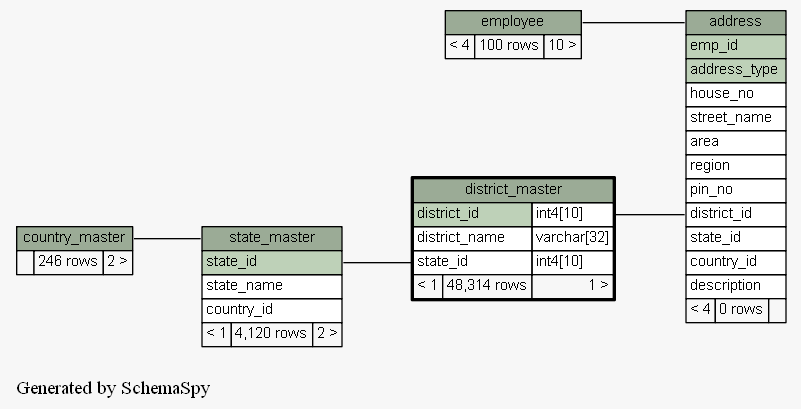
The Graphviz diagram docs/database/schemaspy/graphs/district_master.2degrees.png in engineerscraft/hrms, before a commit. Its source is kept beside it as docs/database/schemaspy/graphs/district_master.2degrees.dot.
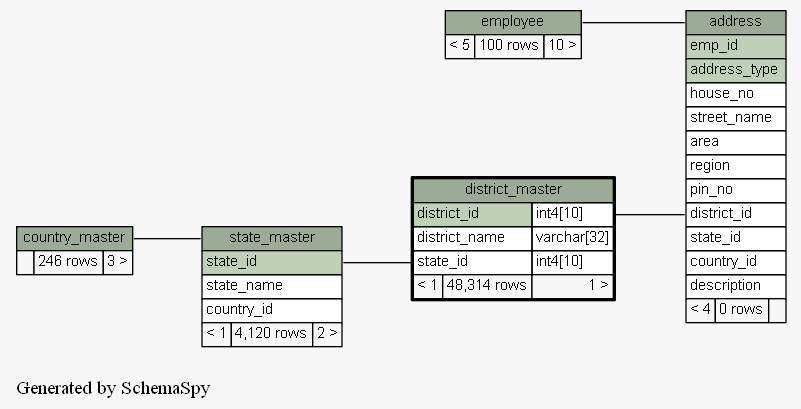
After the change.

Diff of the diagram source:
```diff
@@ -41,7 +41,7 @@
     label=<
     <TABLE BORDER="0" CELLBORDER="1" CELLSPACING="0" BGCOLOR="#ffffff">
       <TR><TD PORT="country_master.heading" COLSPAN="3" BGCOLOR="#9bab96" ALIGN="CENTER">country_master</TD></TR>
-      <TR><TD ALIGN="LEFT" BGCOLOR="#f7f7f7">  </TD><TD ALIGN="RIGHT" BGCOLOR="#f7f7f7">246 rows</TD><TD ALIGN="RIGHT" BGCOLOR="#f7f7f7">2 &gt;</TD></TR>
+      <TR><TD ALIGN="LEFT" BGCOLOR="#f7f7f7">  </TD><TD ALIGN="RIGHT" BGCOLOR="#f7f7f7">246 rows</TD><TD ALIGN="RIGHT" BGCOLOR="#f7f7f7">3 &gt;</TD></TR>
     </TABLE>>
     URL="country_master.html#graph"
     tooltip="country_master"
@@ -62,7 +62,7 @@
     label=<
     <TABLE BORDER="0" CELLBORDER="1" CELLSPACING="0" BGCOLOR="#ffffff">
       <TR><TD PORT="employee.heading" COLSPAN="3" BGCOLOR="#9bab96" ALIGN="CENTER">employee</TD></TR>
-      <TR><TD ALIGN="LEFT" BGCOLOR="#f7f7f7">&lt; 4</TD><TD ALIGN="RIGHT" BGCOLOR="#f7f7f7">100 rows</TD><TD ALIGN="RIGHT" BGCOLOR="#f7f7f7">10 &gt;</TD></TR>
+      <TR><TD ALIGN="LEFT" BGCOLOR="#f7f7f7">&lt; 5</TD><TD ALIGN="RIGHT" BGCOLOR="#f7f7f7">100 rows</TD><TD ALIGN="RIGHT" BGCOLOR="#f7f7f7">10 &gt;</TD></TR>
     </TABLE>>
     URL="employee.html#graph"
     tooltip="employee"
```
